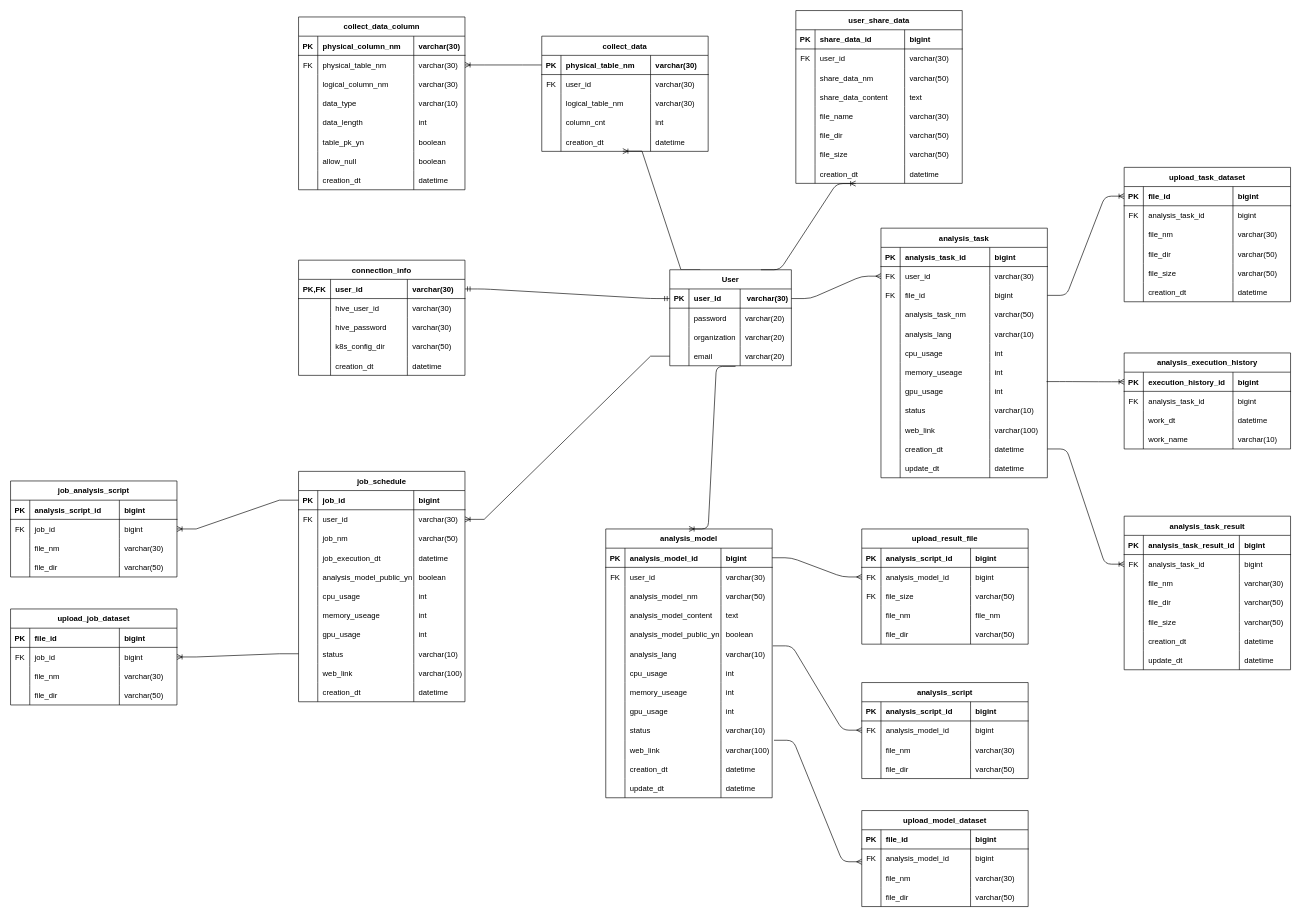
The draw.io diagram 분석 플랫폼 테이블 설계.drawio in vtw-atm/bigdata-table-diagram, before the edit. Source tidied: cells renumbered, new cells numbered last; positions are measured from the earlier drawing's top-left corner, leaving out a move shared by most shapes. Both pictures are drawn from the tidied source at 64%, with x=0, y=0 at pixel (10, 10).
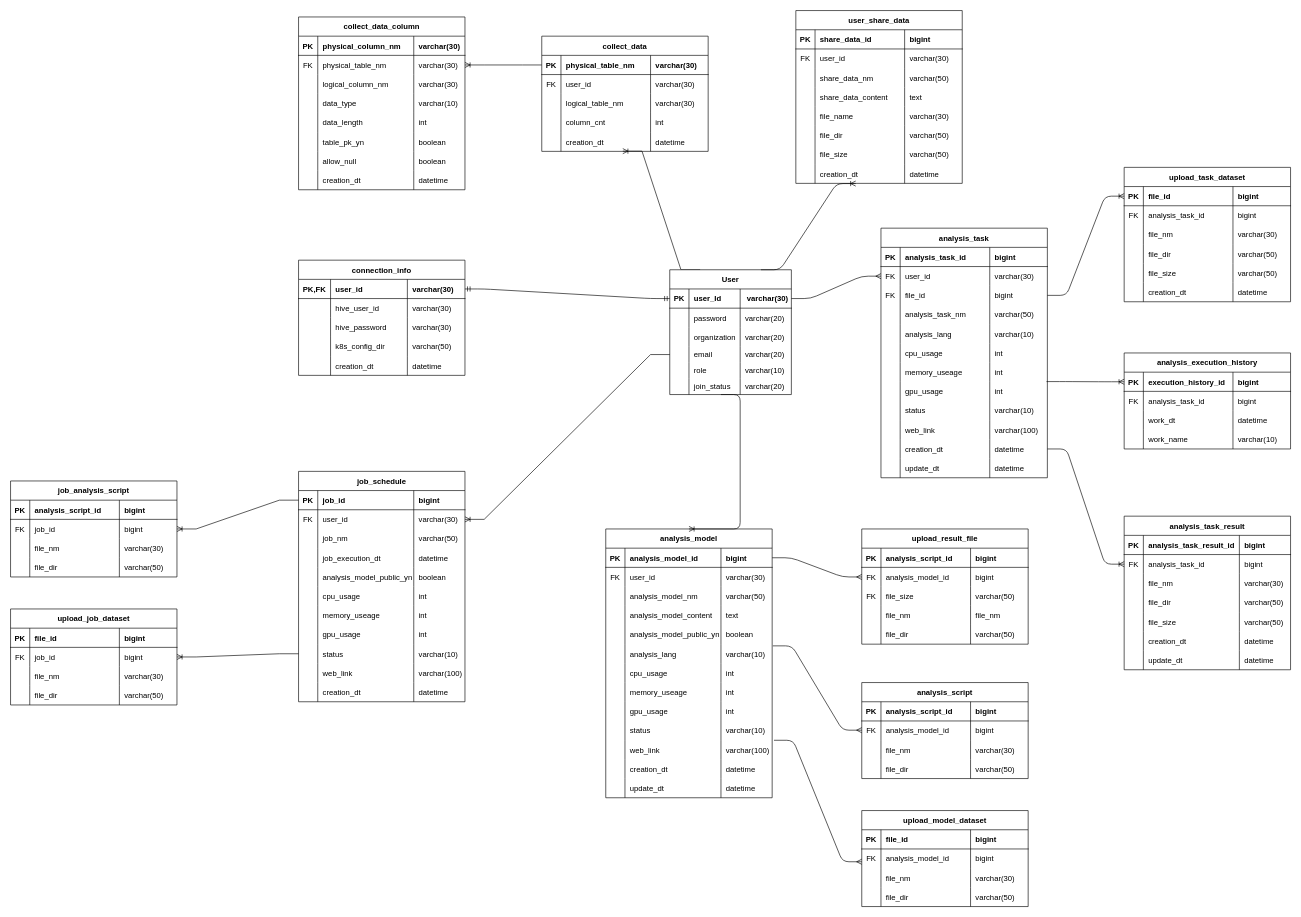
Above is the later version.

Commit message (it also covers changes not shown here):
분석 플랫폼 테이블 설계.drawio 업데이트

The change refers to these unchanged cells:
```xml
<mxCell id="255" value="analysis_model" style="shape=table;startSize=30;childLayout=tableLayout;rowLines=0;fontStyle=1;align=center;rounded=0;" parent="1" vertex="1">
  <mxGeometry x="930" y="810" width="260" height="420" as="geometry" />
</mxCell>
```

The edit, as a diff of the source:
```diff
@@
     <mxCell id="4" value="User" style="shape=table;startSize=30;childLayout=tableLayout;rowLines=0;fontStyle=1;align=center;rounded=0;" parent="1" vertex="1">
-      <mxGeometry x="1030" y="405" width="190" height="150" as="geometry" />
+      <mxGeometry x="1030" y="405" width="190" height="195" as="geometry" />
     </mxCell>
@@
     <mxCell id="17" style="shape=tableRow;horizontal=0;startSize=0;swimlaneHead=0;swimlaneBody=0;fillColor=none;points=[[0,0.5],[1,0.5]];portConstraint=eastwest;top=0;left=0;right=0;bottom=0;rounded=0;" parent="4" vertex="1">
-      <mxGeometry y="120" width="190" height="30" as="geometry" />
+      <mxGeometry y="120" width="190" height="25" as="geometry" />
     </mxCell>
     <mxCell id="18" style="shape=partialRectangle;fillColor=none;top=0;left=0;bottom=0;right=0;overflow=hidden;rounded=0;" parent="17" vertex="1">
-      <mxGeometry width="30" height="30" as="geometry" />
+      <mxGeometry width="30" height="25" as="geometry" />
     </mxCell>
     <mxCell id="19" value="email" style="shape=partialRectangle;fillColor=none;top=0;left=0;bottom=0;right=0;align=left;spacingLeft=6;overflow=hidden;rounded=0;" parent="17" vertex="1">
-      <mxGeometry x="30" width="80" height="30" as="geometry" />
+      <mxGeometry x="30" width="80" height="25" as="geometry" />
     </mxCell>
     <mxCell id="20" value="varchar(20)" style="shape=partialRectangle;fillColor=none;top=0;left=0;bottom=0;right=0;align=left;spacingLeft=6;overflow=hidden;rounded=0;" parent="17" vertex="1">
-      <mxGeometry x="110" width="80" height="30" as="geometry" />
+      <mxGeometry x="110" width="80" height="25" as="geometry" />
     </mxCell>
+    <mxCell id="449" style="shape=tableRow;horizontal=0;startSize=0;swimlaneHead=0;swimlaneBody=0;fillColor=none;top=0;left=0;right=0;bottom=0;rounded=0;" parent="4" vertex="1">
+      <mxGeometry y="145" width="190" height="25" as="geometry" />
+    </mxCell>
+    <mxCell id="450" style="shape=partialRectangle;fillColor=none;top=0;left=0;bottom=0;right=0;overflow=hidden;rounded=0;" parent="449" vertex="1">
+      <mxGeometry width="30" height="25" as="geometry" />
+    </mxCell>
+    <mxCell id="451" value="role" style="shape=partialRectangle;fillColor=none;top=0;left=0;bottom=0;right=0;align=left;spacingLeft=6;overflow=hidden;rounded=0;" parent="449" vertex="1">
+      <mxGeometry x="30" width="80" height="25" as="geometry" />
+    </mxCell>
+    <mxCell id="452" value="varchar(10)" style="shape=partialRectangle;fillColor=none;top=0;left=0;bottom=0;right=0;align=left;spacingLeft=6;overflow=hidden;rounded=0;" parent="449" vertex="1">
+      <mxGeometry x="110" width="80" height="25" as="geometry" />
+    </mxCell>
+    <mxCell id="453" style="shape=tableRow;horizontal=0;startSize=0;swimlaneHead=0;swimlaneBody=0;fillColor=none;top=0;left=0;right=0;bottom=0;rounded=0;" parent="4" vertex="1">
+      <mxGeometry y="170" width="190" height="25" as="geometry" />
+    </mxCell>
+    <mxCell id="454" style="shape=partialRectangle;fillColor=none;top=0;left=0;bottom=0;right=0;overflow=hidden;rounded=0;" parent="453" vertex="1">
+      <mxGeometry width="30" height="25" as="geometry" />
+    </mxCell>
+    <mxCell id="455" value="join_status" style="shape=partialRectangle;fillColor=none;top=0;left=0;bottom=0;right=0;align=left;spacingLeft=6;overflow=hidden;rounded=0;" parent="453" vertex="1">
+      <mxGeometry x="30" width="80" height="25" as="geometry" />
+    </mxCell>
+    <mxCell id="456" value="varchar(20)" style="shape=partialRectangle;fillColor=none;top=0;left=0;bottom=0;right=0;align=left;spacingLeft=6;overflow=hidden;rounded=0;" parent="453" vertex="1">
+      <mxGeometry x="110" width="80" height="25" as="geometry" />
+    </mxCell>
@@
-    <mxCell id="366" style="edgeStyle=entityRelationEdgeStyle;fontSize=12;html=1;endArrow=ERoneToMany;exitX=0.541;exitY=1.033;exitDx=0;exitDy=0;entryX=0.5;entryY=0;entryDx=0;entryDy=0;exitPerimeter=0;" parent="1" edge="1" source="17" target="255">
-      <mxGeometry relative="1" as="geometry" />
+    <mxCell id="366" style="edgeStyle=entityRelationEdgeStyle;fontSize=12;html=1;endArrow=ERoneToMany;entryX=0.5;entryY=0;entryDx=0;entryDy=0;" parent="1" edge="1" target="255">
+      <mxGeometry relative="1" as="geometry">
+        <mxPoint x="1110" y="600" as="sourcePoint" />
+      </mxGeometry>
     </mxCell>
```
